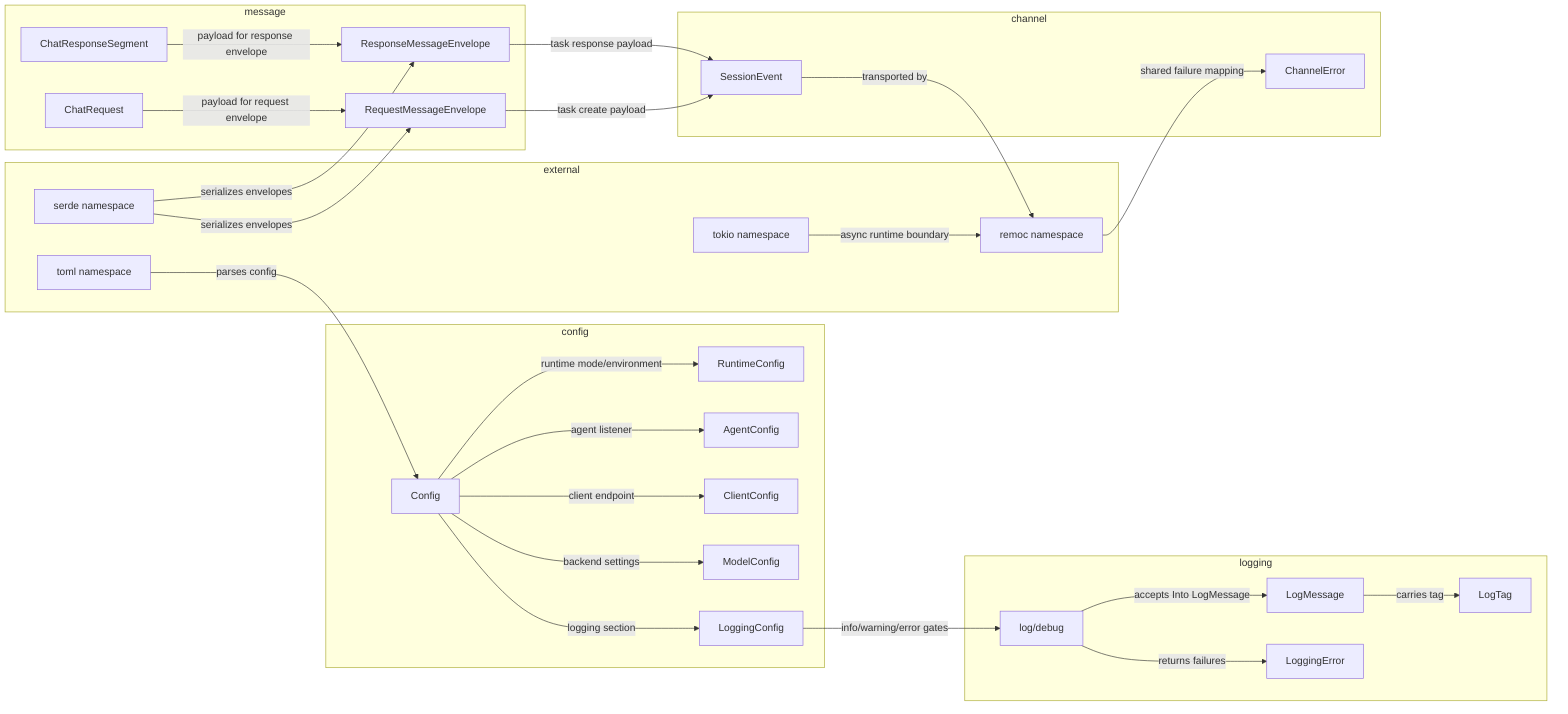
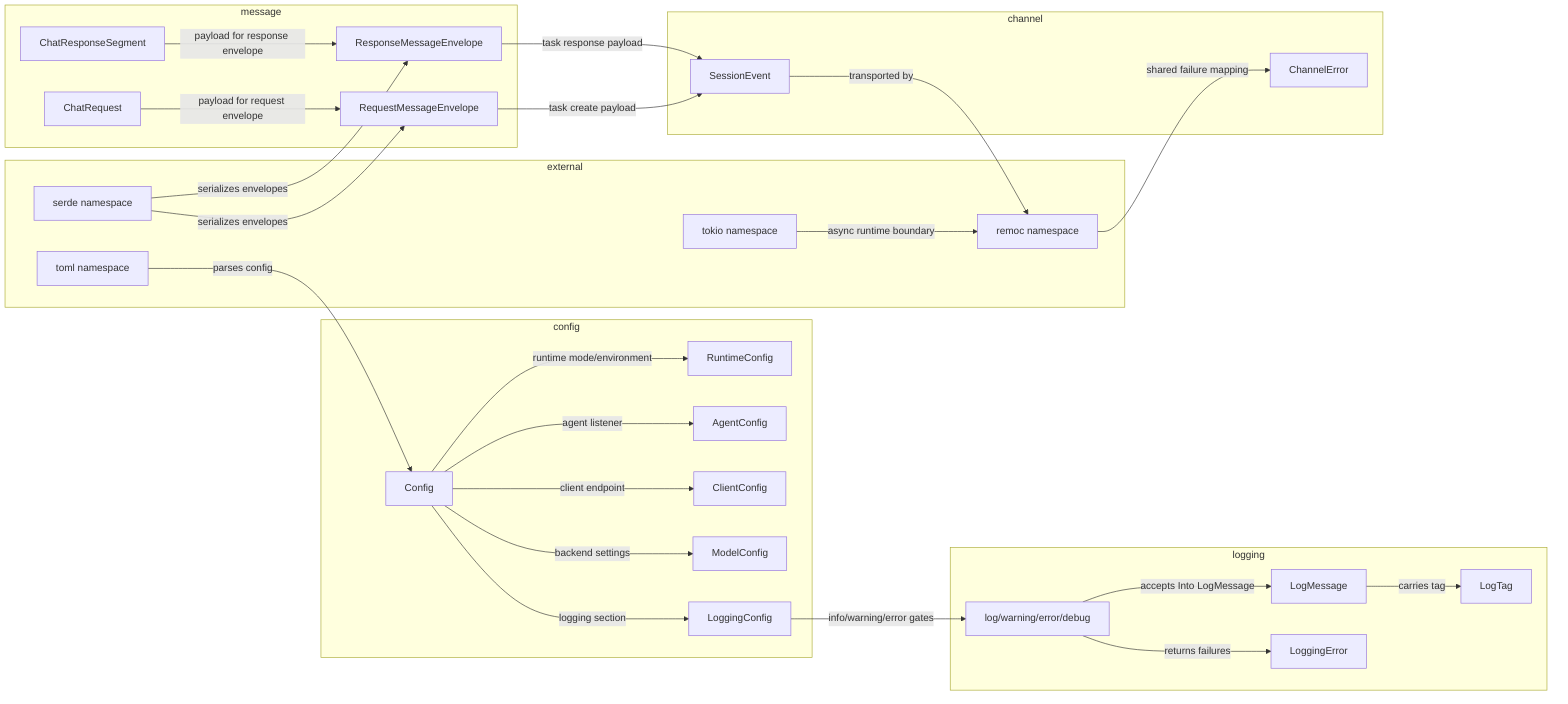
flowchart LR
  subgraph config["config"]
    Config["Config"]
    RuntimeConfig["RuntimeConfig"]
    AgentConfig["AgentConfig"]
    ClientConfig["ClientConfig"]
    ModelConfig["ModelConfig"]
    LoggingConfig["LoggingConfig"]
  end

  subgraph logging["logging"]
-     LoggerApi["log/debug"]
+     LoggerApi["log/warning/error/debug"]
    LogMessage["LogMessage"]
    LogTag["LogTag"]
    LoggingError["LoggingError"]
  end

  subgraph message["message"]
    RequestEnvelope["RequestMessageEnvelope"]
    ResponseEnvelope["ResponseMessageEnvelope"]
    ChatRequest["ChatRequest"]
    ChatResponseSegment["ChatResponseSegment"]
  end

  subgraph channel["channel"]
    SessionEvent["SessionEvent"]
    ChannelError["ChannelError"]
  end

  subgraph external["external"]
    Remoc["remoc namespace"]
    Serde["serde namespace"]
    Tokio["tokio namespace"]
    Toml["toml namespace"]
  end

  Config -->|"runtime mode/environment"| RuntimeConfig
  Config -->|"agent listener"| AgentConfig
  Config -->|"client endpoint"| ClientConfig
  Config -->|"backend settings"| ModelConfig
  Config -->|"logging section"| LoggingConfig
  LoggingConfig -->|"info/warning/error gates"| LoggerApi
  LoggerApi -->|"accepts Into LogMessage"| LogMessage
  LogMessage -->|"carries tag"| LogTag
  LoggerApi -->|"returns failures"| LoggingError
  Toml -->|"parses config"| Config
  Serde -->|"serializes envelopes"| RequestEnvelope
  Serde -->|"serializes envelopes"| ResponseEnvelope
  ChatRequest -->|"payload for request envelope"| RequestEnvelope
  ChatResponseSegment -->|"payload for response envelope"| ResponseEnvelope
  RequestEnvelope -->|"task create payload"| SessionEvent
  ResponseEnvelope -->|"task response payload"| SessionEvent
  SessionEvent -->|"transported by"| Remoc
  Remoc -->|"shared failure mapping"| ChannelError
  Tokio -->|"async runtime boundary"| Remoc
